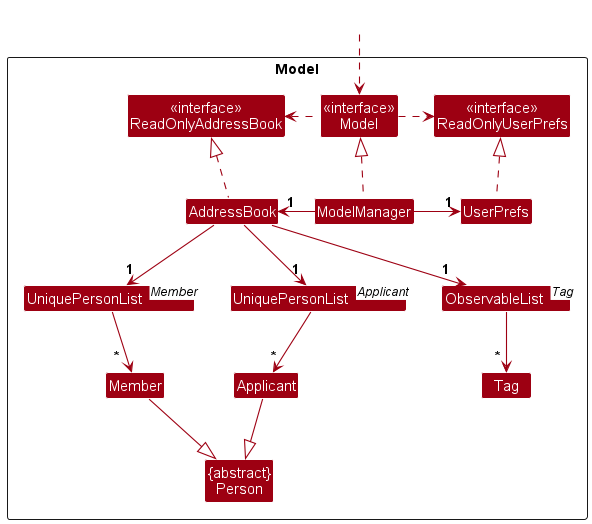
The PlantUML diagram docs/images/ModelClassDiagram.png in nus-cs2103-AY2324S1/tp, before a commit.
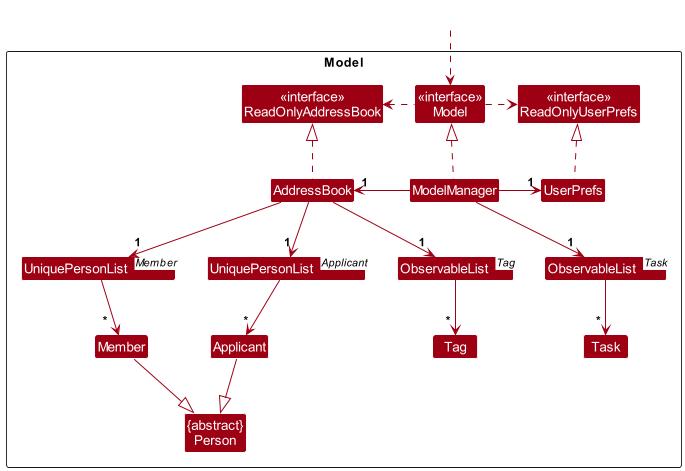
After the change.

Diff of the diagram source:
```diff
@@ -14,10 +14,12 @@
 Class "UniquePersonList<Member>" as UniqueMemberList
 Class "UniquePersonList<Applicant>" as UniqueApplicantList
 Class "ObservableList<Tag>" as UniqueTagList
+Class "ObservableList<Task>" as UniqueTaskList
 Class "{abstract}\nPerson" as Person
 Class Member
 Class Applicant
 Class Tag
+Class Task
 
 Class I #FFFFFF
 }
@@ -32,6 +34,7 @@
 Model .left.> ReadOnlyAddressBook
 ModelManager -left-> "1" AddressBook
 ModelManager -right-> "1" UserPrefs
+ModelManager --> "1" UniqueTaskList
 UserPrefs .up.|> ReadOnlyUserPrefs
 
 AddressBook --> "1" UniqueMemberList
@@ -40,6 +43,7 @@
 UniqueMemberList --> "~*  " Member
 UniqueApplicantList --> "~*" Applicant
 UniqueTagList --> "~* " Tag
+UniqueTaskList --> "~* " Task
 Member -down-|> Person
 Applicant -down-|> Person
 
```
